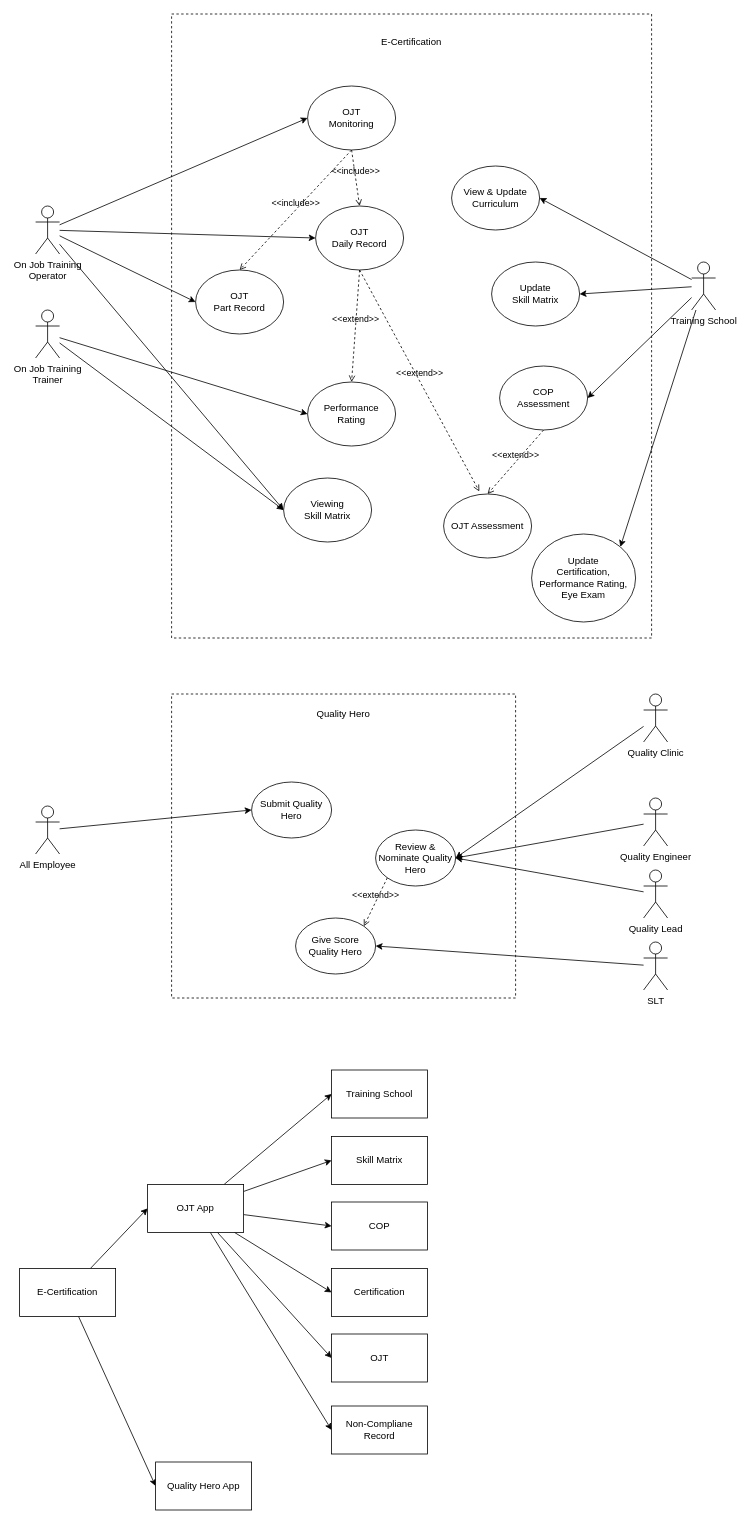
This is page "Usecase" (1 of 3) of SDLC E-Certification.drawio from Alfzzz124/My-DrawIo-Folder, a draw.io file, before an edit. Source tidied: cells renumbered, new cells numbered last; positions are measured from the earlier drawing's top-left corner, leaving out a move shared by most shapes. Both pictures are drawn from the tidied source at 80%, with x=0, y=0 at pixel (19, 14).
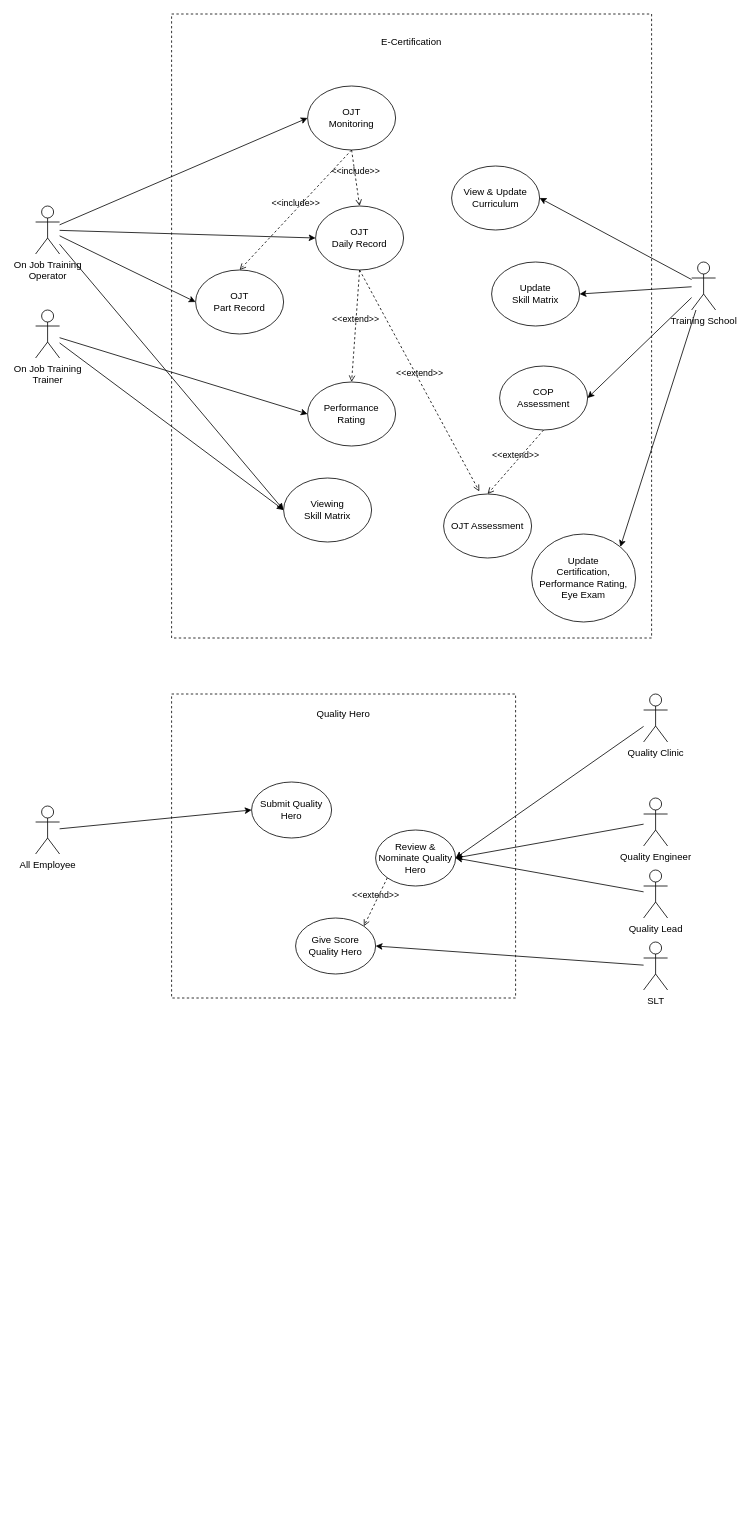
Above is the later version.

Diff of the diagram source:
```diff
@@
-    <mxCell id="48" style="edgeStyle=none;rounded=0;jettySize=auto;html=1;entryX=0;entryY=0.5;entryDx=0;entryDy=0;" parent="1" edge="1" source="50" target="57">
-      <mxGeometry relative="1" as="geometry" />
-    </mxCell>
-    <mxCell id="49" style="edgeStyle=none;rounded=0;jettySize=auto;html=1;entryX=0;entryY=0.5;entryDx=0;entryDy=0;" parent="1" edge="1" source="50" target="58">
-      <mxGeometry relative="1" as="geometry" />
-    </mxCell>
-    <mxCell id="50" value="E-Certification" style="rounded=0;whiteSpace=wrap;html=1;" parent="1" vertex="1">
-      <mxGeometry y="1568" width="120" height="60" as="geometry" />
-    </mxCell>
-    <mxCell id="51" style="edgeStyle=none;rounded=0;jettySize=auto;html=1;entryX=0;entryY=0.5;entryDx=0;entryDy=0;" parent="1" edge="1" source="57" target="59">
-      <mxGeometry relative="1" as="geometry" />
-    </mxCell>
-    <mxCell id="52" style="edgeStyle=none;rounded=0;jettySize=auto;html=1;entryX=0;entryY=0.5;entryDx=0;entryDy=0;" parent="1" edge="1" source="57" target="60">
-      <mxGeometry relative="1" as="geometry" />
-    </mxCell>
-    <mxCell id="53" style="edgeStyle=none;rounded=0;jettySize=auto;html=1;entryX=0;entryY=0.5;entryDx=0;entryDy=0;" parent="1" edge="1" source="57" target="61">
-      <mxGeometry relative="1" as="geometry" />
-    </mxCell>
-    <mxCell id="54" style="edgeStyle=none;rounded=0;jettySize=auto;html=1;entryX=0;entryY=0.5;entryDx=0;entryDy=0;" parent="1" edge="1" source="57" target="62">
-      <mxGeometry relative="1" as="geometry" />
-    </mxCell>
-    <mxCell id="55" style="edgeStyle=none;rounded=0;jettySize=auto;html=1;entryX=0;entryY=0.5;entryDx=0;entryDy=0;" parent="1" edge="1" source="57" target="63">
-      <mxGeometry relative="1" as="geometry" />
-    </mxCell>
-    <mxCell id="56" style="edgeStyle=none;rounded=0;jettySize=auto;html=1;entryX=0;entryY=0.5;entryDx=0;entryDy=0;" parent="1" edge="1" source="57" target="64">
-      <mxGeometry relative="1" as="geometry" />
-    </mxCell>
-    <mxCell id="57" value="OJT App" style="rounded=0;whiteSpace=wrap;html=1;" parent="1" vertex="1">
-      <mxGeometry x="160" y="1463" width="120" height="60" as="geometry" />
-    </mxCell>
-    <mxCell id="58" value="Quality Hero App" style="rounded=0;whiteSpace=wrap;html=1;" parent="1" vertex="1">
-      <mxGeometry x="170" y="1810" width="120" height="60" as="geometry" />
-    </mxCell>
-    <mxCell id="59" value="Training School" style="rounded=0;whiteSpace=wrap;html=1;" parent="1" vertex="1">
-      <mxGeometry x="390" y="1320" width="120" height="60" as="geometry" />
-    </mxCell>
-    <mxCell id="60" value="Skill Matrix" style="rounded=0;whiteSpace=wrap;html=1;" parent="1" vertex="1">
-      <mxGeometry x="390" y="1403" width="120" height="60" as="geometry" />
-    </mxCell>
-    <mxCell id="61" value="COP" style="rounded=0;whiteSpace=wrap;html=1;" parent="1" vertex="1">
-      <mxGeometry x="390" y="1485" width="120" height="60" as="geometry" />
-    </mxCell>
-    <mxCell id="62" value="Certification" style="rounded=0;whiteSpace=wrap;html=1;" parent="1" vertex="1">
-      <mxGeometry x="390" y="1568" width="120" height="60" as="geometry" />
-    </mxCell>
-    <mxCell id="63" value="OJT" style="rounded=0;whiteSpace=wrap;html=1;" parent="1" vertex="1">
-      <mxGeometry x="390" y="1650" width="120" height="60" as="geometry" />
-    </mxCell>
-    <mxCell id="64" value="Non-Compliane Record" style="rounded=0;whiteSpace=wrap;html=1;" parent="1" vertex="1">
-      <mxGeometry x="390" y="1740" width="120" height="60" as="geometry" />
-    </mxCell>
```
